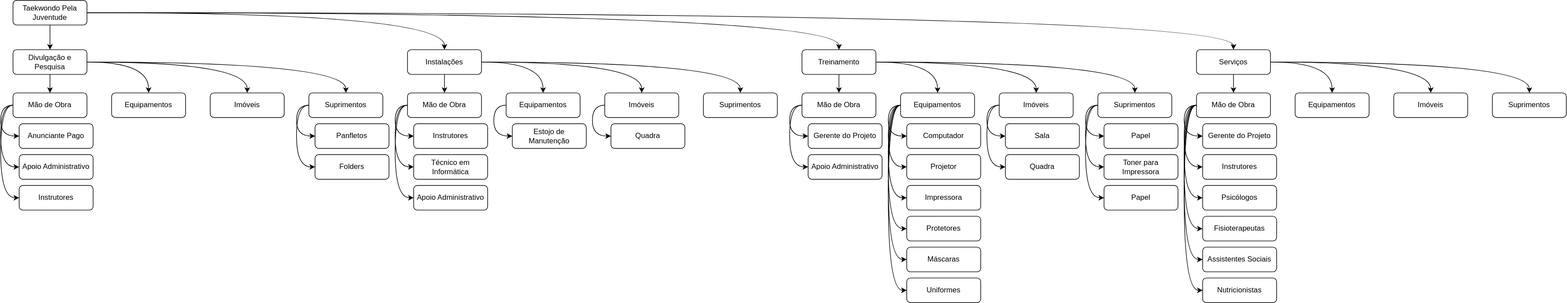
The draw.io diagram EAR.svg in mdmundo/diagrams, before a commit. Source tidied: cells renumbered, new cells last; positions are measured from the earlier drawing's top-left corner, leaving out a move shared by most shapes.
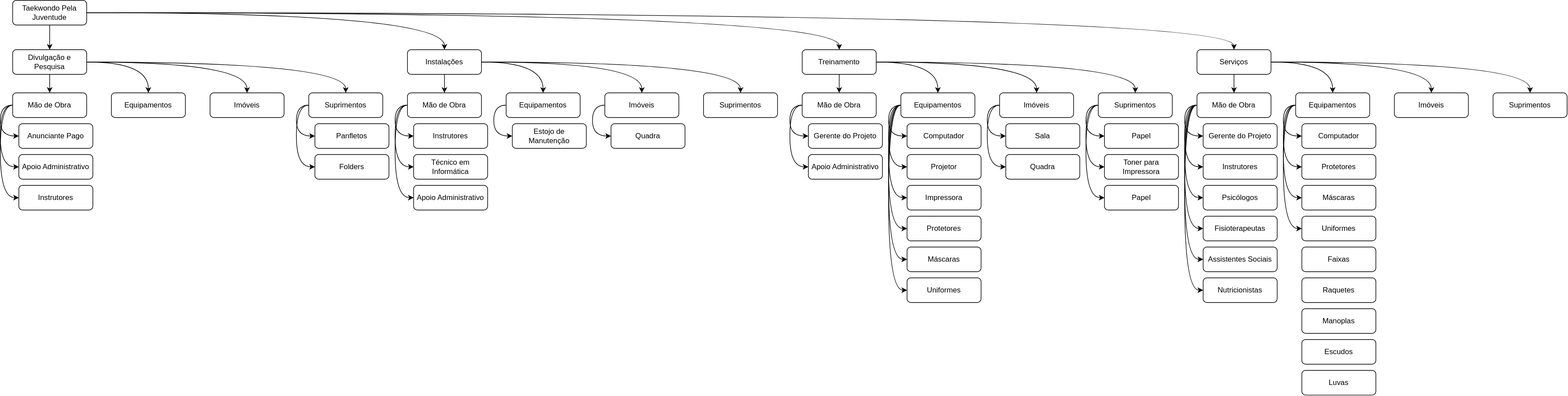
Later version of the same file.

What changed in the source:
```diff
@@ -203,6 +203,18 @@
     <mxCell id="68" value="Mão de Obra" style="whiteSpace=wrap;html=1;rounded=1;" parent="1" vertex="1">
       <mxGeometry x="1920" y="150" width="120" height="40" as="geometry" />
     </mxCell>
+    <mxCell id="101" style="edgeStyle=orthogonalEdgeStyle;curved=1;rounded=0;jettySize=auto;html=1;exitX=0;exitY=0.5;exitDx=0;exitDy=0;entryX=0;entryY=0.5;entryDx=0;entryDy=0;" parent="1" edge="1" source="69" target="105">
+      <mxGeometry relative="1" as="geometry" />
+    </mxCell>
+    <mxCell id="102" style="edgeStyle=orthogonalEdgeStyle;curved=1;rounded=0;jettySize=auto;html=1;exitX=0;exitY=0.5;exitDx=0;exitDy=0;entryX=0;entryY=0.5;entryDx=0;entryDy=0;" parent="1" edge="1" source="69" target="106">
+      <mxGeometry relative="1" as="geometry" />
+    </mxCell>
+    <mxCell id="103" style="edgeStyle=orthogonalEdgeStyle;curved=1;rounded=0;jettySize=auto;html=1;exitX=0;exitY=0.5;exitDx=0;exitDy=0;entryX=0;entryY=0.5;entryDx=0;entryDy=0;" parent="1" edge="1" source="69" target="107">
+      <mxGeometry relative="1" as="geometry" />
+    </mxCell>
+    <mxCell id="104" style="edgeStyle=orthogonalEdgeStyle;curved=1;rounded=0;jettySize=auto;html=1;exitX=0;exitY=0.5;exitDx=0;exitDy=0;entryX=0;entryY=0.5;entryDx=0;entryDy=0;" parent="1" edge="1" source="69" target="108">
+      <mxGeometry relative="1" as="geometry" />
+    </mxCell>
     <mxCell id="69" value="Equipamentos" style="whiteSpace=wrap;html=1;rounded=1;" parent="1" vertex="1">
       <mxGeometry x="2080" y="150" width="120" height="40" as="geometry" />
     </mxCell>
@@ -299,5 +311,32 @@
     <mxCell id="100" value="Nutricionistas" style="whiteSpace=wrap;html=1;rounded=1;" parent="1" vertex="1">
       <mxGeometry x="1930" y="450" width="120" height="40" as="geometry" />
     </mxCell>
+    <mxCell id="105" value="Computador&lt;br&gt;" style="whiteSpace=wrap;html=1;rounded=1;" parent="1" vertex="1">
+      <mxGeometry x="2090" y="200" width="120" height="40" as="geometry" />
+    </mxCell>
+    <mxCell id="106" value="Protetores" style="whiteSpace=wrap;html=1;rounded=1;" parent="1" vertex="1">
+      <mxGeometry x="2090" y="250" width="120" height="40" as="geometry" />
+    </mxCell>
+    <mxCell id="107" value="Máscaras" style="whiteSpace=wrap;html=1;rounded=1;" parent="1" vertex="1">
+      <mxGeometry x="2090" y="300" width="120" height="40" as="geometry" />
+    </mxCell>
+    <mxCell id="108" value="Uniformes" style="whiteSpace=wrap;html=1;rounded=1;" parent="1" vertex="1">
+      <mxGeometry x="2090" y="350" width="120" height="40" as="geometry" />
+    </mxCell>
+    <mxCell id="109" value="Faixas" style="whiteSpace=wrap;html=1;rounded=1;" parent="1" vertex="1">
+      <mxGeometry x="2090" y="400" width="120" height="40" as="geometry" />
+    </mxCell>
+    <mxCell id="110" value="Raquetes" style="whiteSpace=wrap;html=1;rounded=1;" parent="1" vertex="1">
+      <mxGeometry x="2090" y="450" width="120" height="40" as="geometry" />
+    </mxCell>
+    <mxCell id="111" value="Manoplas" style="whiteSpace=wrap;html=1;rounded=1;" parent="1" vertex="1">
+      <mxGeometry x="2090" y="500" width="120" height="40" as="geometry" />
+    </mxCell>
+    <mxCell id="112" value="Escudos" style="whiteSpace=wrap;html=1;rounded=1;" parent="1" vertex="1">
+      <mxGeometry x="2090" y="550" width="120" height="40" as="geometry" />
+    </mxCell>
+    <mxCell id="113" value="Luvas" style="whiteSpace=wrap;html=1;rounded=1;" parent="1" vertex="1">
+      <mxGeometry x="2090" y="600" width="120" height="40" as="geometry" />
+    </mxCell>
   </root>
 </mxGraphModel>
```
